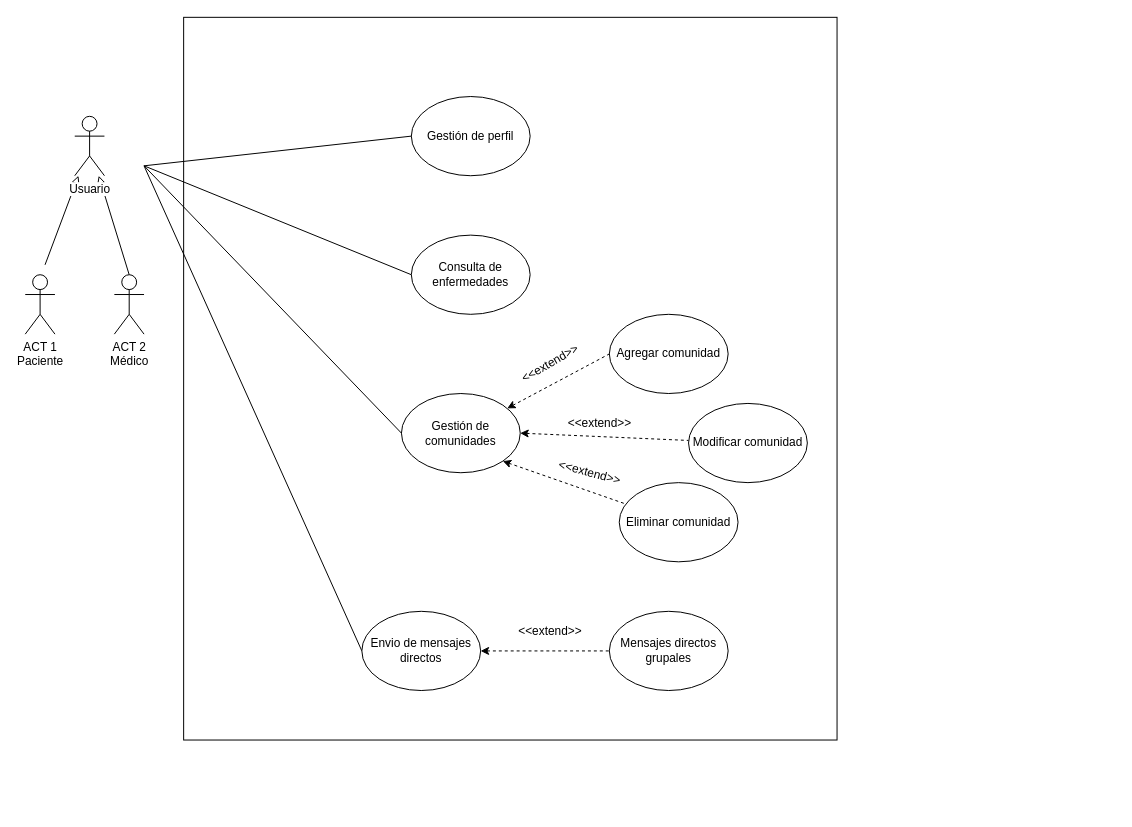
Earlier version of the draw.io diagram page "Common" (2 of 2) of MET/CU NetDoc.drawio (NeutronBlast/IS-Ex). Source tidied: cells renumbered, new cells numbered last; positions are measured from the earlier drawing's top-left corner, leaving out a move shared by most shapes. Both pictures are drawn from the tidied source at 99%, with x=0, y=0 at pixel (25, 17).
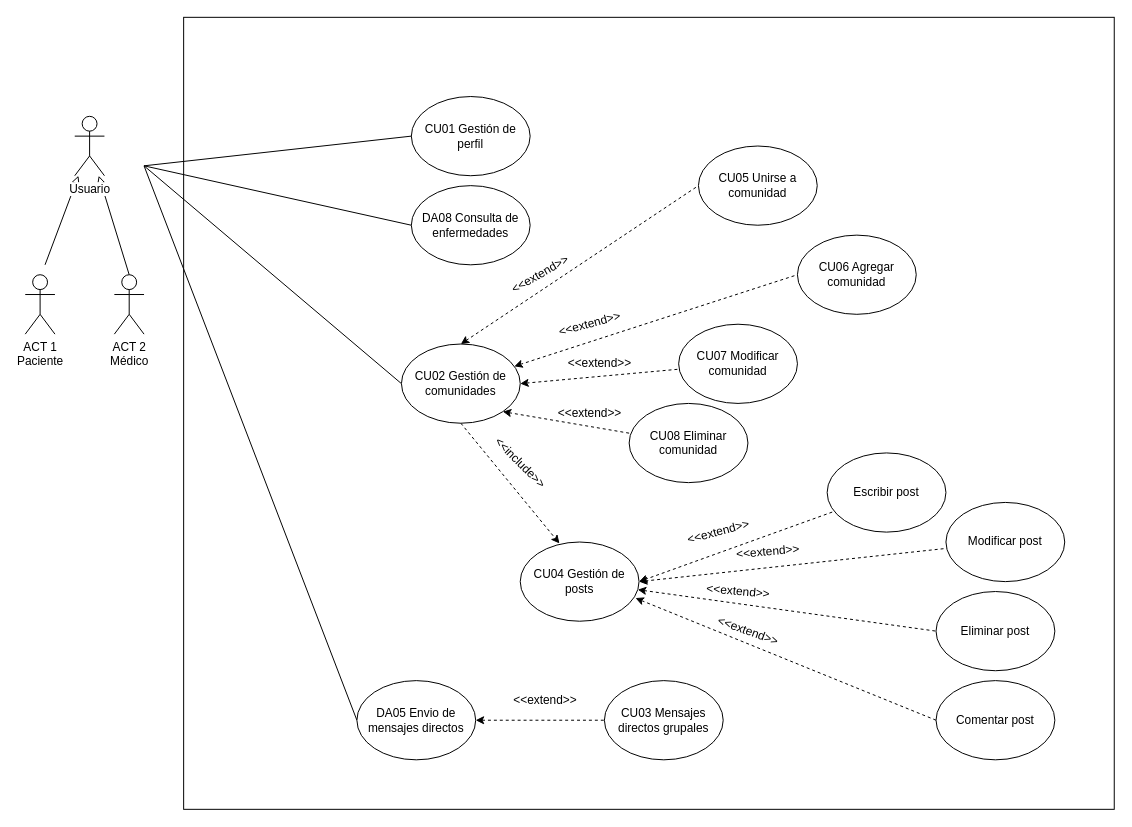
Above is the later version.

What changed in the source:
```diff
@@
     <mxCell id="5" style="whiteSpace=wrap;html=1;" parent="1" vertex="1">
-      <mxGeometry x="160" width="660" height="730" as="geometry" />
+      <mxGeometry x="160" width="940" height="800" as="geometry" />
     </mxCell>
@@
-    <mxCell id="7" value="Gestión de perfil" style="ellipse;whiteSpace=wrap;html=1;" parent="1" vertex="1">
+    <mxCell id="7" value="CU01 Gestión de perfil" style="ellipse;whiteSpace=wrap;html=1;" parent="1" vertex="1">
       <mxGeometry x="390" y="80" width="120" height="80" as="geometry" />
     </mxCell>
@@
-    <mxCell id="10" value="Envio de mensajes directos" style="ellipse;whiteSpace=wrap;html=1;" parent="1" vertex="1">
-      <mxGeometry x="340" y="600" width="120" height="80" as="geometry" />
+    <mxCell id="10" value="DA05 Envio de mensajes directos" style="ellipse;whiteSpace=wrap;html=1;" parent="1" vertex="1">
+      <mxGeometry x="335" y="670" width="120" height="80" as="geometry" />
     </mxCell>
-    <mxCell id="11" value="Mensajes directos grupales" style="ellipse;whiteSpace=wrap;html=1;" parent="1" vertex="1">
-      <mxGeometry x="590" y="600" width="120" height="80" as="geometry" />
+    <mxCell id="11" value="CU03 Mensajes directos grupales" style="ellipse;whiteSpace=wrap;html=1;" parent="1" vertex="1">
+      <mxGeometry x="585" y="670" width="120" height="80" as="geometry" />
     </mxCell>
@@
-    <mxCell id="13" value="Consulta de enfermedades" style="ellipse;whiteSpace=wrap;html=1;" parent="1" vertex="1">
-      <mxGeometry x="390" y="220" width="120" height="80" as="geometry" />
+    <mxCell id="13" value="DA08 Consulta de enfermedades" style="ellipse;whiteSpace=wrap;html=1;" parent="1" vertex="1">
+      <mxGeometry x="390" y="170" width="120" height="80" as="geometry" />
     </mxCell>
@@
+    <mxCell id="28" style="rounded=0;jettySize=auto;html=1;exitX=0.5;exitY=1;exitDx=0;exitDy=0;entryX=0.33;entryY=0.018;entryDx=0;entryDy=0;entryPerimeter=0;dashed=1;" parent="1" edge="1" source="18" target="33">
+      <mxGeometry relative="1" as="geometry" />
+    </mxCell>
+    <mxCell id="29" style="edgeStyle=none;rounded=0;jettySize=auto;html=1;exitX=0.5;exitY=0;exitDx=0;exitDy=0;entryX=0;entryY=0.5;entryDx=0;entryDy=0;dashed=1;startArrow=classic;startFill=1;endArrow=none;endFill=0;" parent="1" edge="1" source="18" target="44">
+      <mxGeometry relative="1" as="geometry" />
+    </mxCell>
-    <mxCell id="18" value="Gestión de comunidades" style="ellipse;whiteSpace=wrap;html=1;" parent="1" vertex="1">
-      <mxGeometry x="380" y="380" width="120" height="80" as="geometry" />
+    <mxCell id="18" value="CU02 Gestión de comunidades" style="ellipse;whiteSpace=wrap;html=1;" parent="1" vertex="1">
+      <mxGeometry x="380" y="330" width="120" height="80" as="geometry" />
     </mxCell>
-    <mxCell id="19" value="Agregar comunidad" style="ellipse;whiteSpace=wrap;html=1;" parent="1" vertex="1">
-      <mxGeometry x="590" y="300" width="120" height="80" as="geometry" />
+    <mxCell id="19" value="CU06 Agregar comunidad" style="ellipse;whiteSpace=wrap;html=1;" parent="1" vertex="1">
+      <mxGeometry x="780" y="220" width="120" height="80" as="geometry" />
     </mxCell>
-    <mxCell id="20" value="Modificar comunidad" style="ellipse;whiteSpace=wrap;html=1;" parent="1" vertex="1">
-      <mxGeometry x="670" y="390" width="120" height="80" as="geometry" />
+    <mxCell id="20" value="CU07 Modificar comunidad" style="ellipse;whiteSpace=wrap;html=1;" parent="1" vertex="1">
+      <mxGeometry x="660" y="310" width="120" height="80" as="geometry" />
     </mxCell>
-    <mxCell id="21" value="Eliminar comunidad" style="ellipse;whiteSpace=wrap;html=1;" parent="1" vertex="1">
-      <mxGeometry x="600" y="470" width="120" height="80" as="geometry" />
+    <mxCell id="21" value="CU08 Eliminar comunidad" style="ellipse;whiteSpace=wrap;html=1;" parent="1" vertex="1">
+      <mxGeometry x="610" y="390" width="120" height="80" as="geometry" />
     </mxCell>
@@
-    <mxCell id="24" value="&amp;lt;&amp;lt;extend&amp;gt;&amp;gt;" style="text;html=1;align=center;verticalAlign=middle;rotation=-30;" parent="1" vertex="1">
-      <mxGeometry x="490" y="340" width="80" height="20" as="geometry" />
+    <mxCell id="24" value="&amp;lt;&amp;lt;extend&amp;gt;&amp;gt;" style="text;html=1;align=center;verticalAlign=middle;rotation=-15;" parent="1" vertex="1">
+      <mxGeometry x="530" y="300" width="80" height="20" as="geometry" />
     </mxCell>
     <mxCell id="25" value="&amp;lt;&amp;lt;extend&amp;gt;&amp;gt;" style="text;html=1;align=center;verticalAlign=middle;rotation=0;" parent="1" vertex="1">
-      <mxGeometry x="540" y="400" width="80" height="20" as="geometry" />
+      <mxGeometry x="540" y="340" width="80" height="20" as="geometry" />
     </mxCell>
-    <mxCell id="26" value="&amp;lt;&amp;lt;extend&amp;gt;&amp;gt;" style="text;html=1;align=center;verticalAlign=middle;rotation=15;" parent="1" vertex="1">
-      <mxGeometry x="530" y="450" width="80" height="20" as="geometry" />
+    <mxCell id="26" value="&amp;lt;&amp;lt;extend&amp;gt;&amp;gt;" style="text;html=1;align=center;verticalAlign=middle;rotation=0;" parent="1" vertex="1">
+      <mxGeometry x="530" y="390" width="80" height="20" as="geometry" />
     </mxCell>
     <mxCell id="27" value="&amp;lt;&amp;lt;extend&amp;gt;&amp;gt;" style="text;html=1;align=center;verticalAlign=middle;rotation=0;" parent="1" vertex="1">
-      <mxGeometry x="490" y="610" width="80" height="20" as="geometry" />
+      <mxGeometry x="485" y="680" width="80" height="20" as="geometry" />
     </mxCell>
+    <mxCell id="30" style="edgeStyle=none;rounded=0;jettySize=auto;html=1;exitX=1;exitY=0.5;exitDx=0;exitDy=0;dashed=1;endArrow=none;endFill=0;startArrow=classic;startFill=1;" parent="1" edge="1" source="33" target="35">
+      <mxGeometry relative="1" as="geometry" />
+    </mxCell>
+    <mxCell id="31" style="edgeStyle=none;rounded=0;jettySize=auto;html=1;dashed=1;exitX=1;exitY=0.5;exitDx=0;exitDy=0;endArrow=none;endFill=0;startArrow=classic;startFill=1;" parent="1" edge="1" source="33" target="36">
+      <mxGeometry relative="1" as="geometry" />
+    </mxCell>
+    <mxCell id="32" style="edgeStyle=none;rounded=0;jettySize=auto;html=1;entryX=0;entryY=0.5;entryDx=0;entryDy=0;dashed=1;endArrow=none;endFill=0;startArrow=classic;startFill=1;" parent="1" edge="1" source="33" target="37">
+      <mxGeometry relative="1" as="geometry" />
+    </mxCell>
+    <mxCell id="33" value="CU04 Gestión de posts" style="ellipse;whiteSpace=wrap;html=1;" parent="1" vertex="1">
+      <mxGeometry x="500" y="530" width="120" height="80" as="geometry" />
+    </mxCell>
+    <mxCell id="34" value="&amp;lt;&amp;lt;include&amp;gt;&amp;gt;" style="text;html=1;align=center;verticalAlign=middle;rotation=45;" parent="1" vertex="1">
+      <mxGeometry x="460" y="440" width="80" height="20" as="geometry" />
+    </mxCell>
+    <mxCell id="35" value="Escribir post" style="ellipse;whiteSpace=wrap;html=1;" parent="1" vertex="1">
+      <mxGeometry x="810" y="440" width="120" height="80" as="geometry" />
+    </mxCell>
+    <mxCell id="36" value="Modificar post" style="ellipse;whiteSpace=wrap;html=1;" parent="1" vertex="1">
+      <mxGeometry x="930" y="490" width="120" height="80" as="geometry" />
+    </mxCell>
+    <mxCell id="37" value="Eliminar post" style="ellipse;whiteSpace=wrap;html=1;" parent="1" vertex="1">
+      <mxGeometry x="920" y="580" width="120" height="80" as="geometry" />
+    </mxCell>
+    <mxCell id="38" value="&amp;lt;&amp;lt;extend&amp;gt;&amp;gt;" style="text;html=1;align=center;verticalAlign=middle;rotation=-15;" parent="1" vertex="1">
+      <mxGeometry x="660" y="510" width="80" height="20" as="geometry" />
+    </mxCell>
+    <mxCell id="39" value="&amp;lt;&amp;lt;extend&amp;gt;&amp;gt;" style="text;html=1;align=center;verticalAlign=middle;rotation=-5;" parent="1" vertex="1">
+      <mxGeometry x="710" y="530" width="80" height="20" as="geometry" />
+    </mxCell>
+    <mxCell id="40" value="&amp;lt;&amp;lt;extend&amp;gt;&amp;gt;" style="text;html=1;align=center;verticalAlign=middle;rotation=5;" parent="1" vertex="1">
+      <mxGeometry x="680" y="570" width="80" height="20" as="geometry" />
+    </mxCell>
+    <mxCell id="41" style="edgeStyle=none;rounded=0;jettySize=auto;html=1;exitX=0;exitY=0.5;exitDx=0;exitDy=0;entryX=0.97;entryY=0.708;entryDx=0;entryDy=0;entryPerimeter=0;dashed=1;startArrow=none;startFill=0;endArrow=classic;endFill=1;" parent="1" edge="1" source="42" target="33">
+      <mxGeometry relative="1" as="geometry" />
+    </mxCell>
+    <mxCell id="42" value="Comentar post" style="ellipse;whiteSpace=wrap;html=1;" parent="1" vertex="1">
+      <mxGeometry x="920" y="670" width="120" height="80" as="geometry" />
+    </mxCell>
+    <mxCell id="43" value="&amp;lt;&amp;lt;extend&amp;gt;&amp;gt;" style="text;html=1;align=center;verticalAlign=middle;rotation=20;" parent="1" vertex="1">
+      <mxGeometry x="690" y="610" width="80" height="20" as="geometry" />
+    </mxCell>
+    <mxCell id="44" value="CU05 Unirse a comunidad" style="ellipse;whiteSpace=wrap;html=1;" parent="1" vertex="1">
+      <mxGeometry x="680" y="130" width="120" height="80" as="geometry" />
+    </mxCell>
+    <mxCell id="45" value="&amp;lt;&amp;lt;extend&amp;gt;&amp;gt;" style="text;html=1;align=center;verticalAlign=middle;rotation=-30;" parent="1" vertex="1">
+      <mxGeometry x="480" y="250" width="80" height="20" as="geometry" />
+    </mxCell>
```
